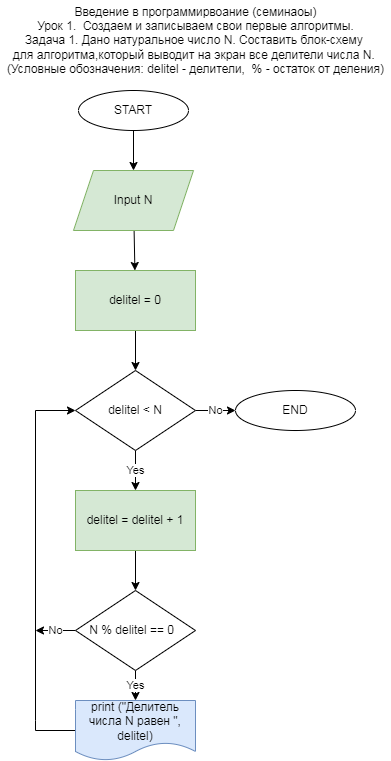
The draw.io diagram Folder_for_block_diagrams/1.drawio.png in irina792901/additional_tasks_on_algorithms, before a commit. Source tidied: cells renumbered, new cells last; positions are measured from the earlier drawing's top-left corner, leaving out a move shared by most shapes.
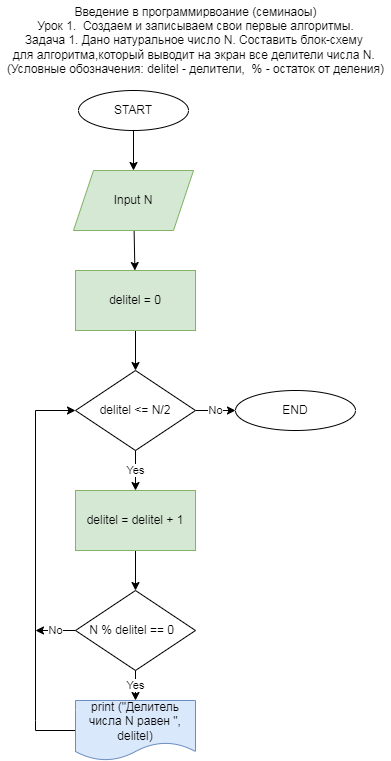
The same diagram one commit later.

Commit message:
Исправила в условии делитель должен быть меньше или равен половине числа

Diff of the diagram source:
```diff
@@ -28,7 +28,7 @@
     <mxCell id="9" value="No" style="edgeStyle=none;html=1;rounded=0;" parent="1" edge="1" source="10" target="18">
       <mxGeometry relative="1" as="geometry" />
     </mxCell>
-    <mxCell id="10" value="delitel &amp;lt; N" style="rhombus;whiteSpace=wrap;html=1;rounded=0;" parent="1" vertex="1">
+    <mxCell id="10" value="delitel &amp;lt;= N/2" style="rhombus;whiteSpace=wrap;html=1;rounded=0;" parent="1" vertex="1">
       <mxGeometry x="75" y="370" width="120" height="80" as="geometry" />
     </mxCell>
     <mxCell id="11" value="Yes" style="edgeStyle=none;html=1;rounded=0;" parent="1" edge="1" source="13" target="15">
```
